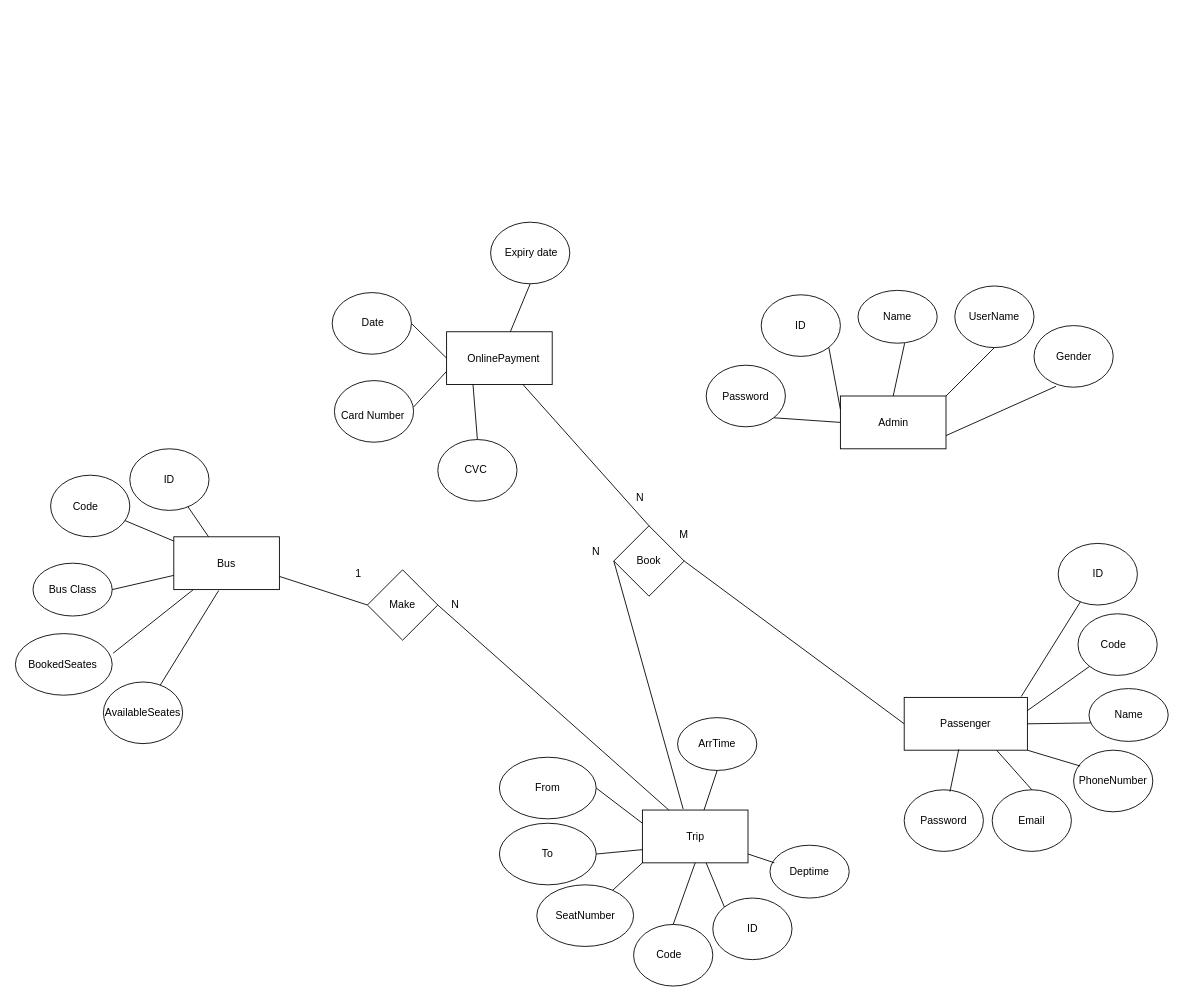
This is project/erd/new erd.drawio from MahmoudKhaled007/GoBus, a draw.io file, before an edit. Source tidied: cells renumbered, new cells numbered last; positions are measured from the earlier drawing's top-left corner, leaving out a move shared by most shapes. Both pictures are drawn from the tidied source at 88%, with x=0, y=0 at pixel (15, 222).
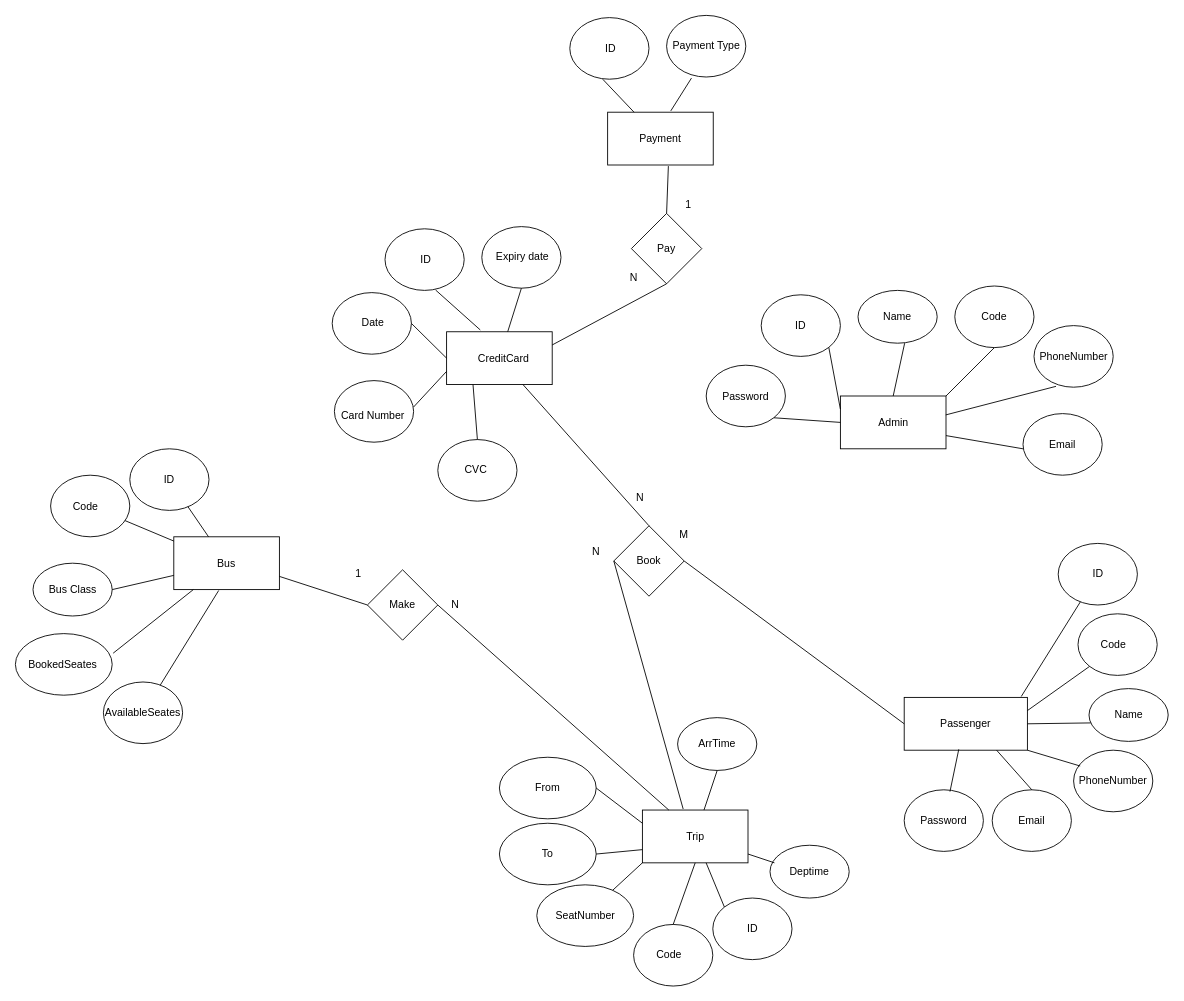
The same page after the edit.

Unchanged cells that the change refers to:
```xml
<mxCell id="2" style="rounded=0;whiteSpace=wrap;html=1;" parent="1" vertex="1">
  <mxGeometry x="937.5" y="197.5" width="120" height="60" as="geometry" />
</mxCell>
<mxCell id="58" style="ellipse;whiteSpace=wrap;html=1;" parent="1" vertex="1">
  <mxGeometry x="1157.5" y="117.5" width="90" height="70" as="geometry" />
</mxCell>
<mxCell id="72" style="rounded=0;whiteSpace=wrap;html=1;" parent="1" vertex="1">
  <mxGeometry x="490" y="124.5" width="120" height="60" as="geometry" />
</mxCell>
```

The edit, as a diff of the source:
```diff
@@
-    <mxCell id="59" value="Gender" style="text;html=1;strokeColor=none;fillColor=none;align=center;verticalAlign=middle;whiteSpace=wrap;rounded=0;" parent="1" vertex="1">
+    <mxCell id="59" value="PhoneNumber" style="text;html=1;strokeColor=none;fillColor=none;align=center;verticalAlign=middle;whiteSpace=wrap;rounded=0;" parent="1" vertex="1">
       <mxGeometry x="1157.5" y="142.5" width="90" height="20" as="geometry" />
     </mxCell>
@@
-    <mxCell id="63" value="UserName" style="text;html=1;strokeColor=none;fillColor=none;align=center;verticalAlign=middle;whiteSpace=wrap;rounded=0;" parent="1" vertex="1">
+    <mxCell id="63" value="Code" style="text;html=1;strokeColor=none;fillColor=none;align=center;verticalAlign=middle;whiteSpace=wrap;rounded=0;" parent="1" vertex="1">
       <mxGeometry x="1080" y="97.5" width="65" height="20" as="geometry" />
     </mxCell>
-    <mxCell id="64" style="endArrow=none;html=1;entryX=0.278;entryY=0.986;entryDx=0;entryDy=0;entryPerimeter=0;exitX=1;exitY=0.75;exitDx=0;exitDy=0;" parent="1" edge="1" source="2" target="58">
+    <mxCell id="64" style="endArrow=none;html=1;entryX=0.278;entryY=0.986;entryDx=0;entryDy=0;entryPerimeter=0;exitX=0.998;exitY=0.358;exitDx=0;exitDy=0;exitPerimeter=0;" parent="1" edge="1" source="2" target="58">
       <mxGeometry relative="1" as="geometry" />
     </mxCell>
@@
-    <mxCell id="73" value="OnlinePayment" style="text;html=1;strokeColor=none;fillColor=none;align=center;verticalAlign=middle;whiteSpace=wrap;rounded=0;" parent="1" vertex="1">
+    <mxCell id="73" value="CreditCard" style="text;html=1;strokeColor=none;fillColor=none;align=center;verticalAlign=middle;whiteSpace=wrap;rounded=0;" parent="1" vertex="1">
       <mxGeometry x="510" y="144.5" width="90" height="20" as="geometry" />
     </mxCell>
@@
     <mxCell id="78" style="ellipse;whiteSpace=wrap;html=1;" parent="1" vertex="1">
-      <mxGeometry x="540" width="90" height="70" as="geometry" />
+      <mxGeometry x="530" y="5" width="90" height="70" as="geometry" />
     </mxCell>
     <mxCell id="79" value="Expiry date" style="text;html=1;strokeColor=none;fillColor=none;align=center;verticalAlign=middle;whiteSpace=wrap;rounded=0;" parent="1" vertex="1">
-      <mxGeometry x="555" y="25" width="62.5" height="20" as="geometry" />
+      <mxGeometry x="545" y="30" width="62.5" height="20" as="geometry" />
     </mxCell>
@@
+    <mxCell id="107" style="ellipse;whiteSpace=wrap;html=1;" parent="1" vertex="1">
+      <mxGeometry x="1145" y="217.5" width="90" height="70" as="geometry" />
+    </mxCell>
+    <mxCell id="108" value="Email" style="text;html=1;strokeColor=none;fillColor=none;align=center;verticalAlign=middle;whiteSpace=wrap;rounded=0;" parent="1" vertex="1">
+      <mxGeometry x="1145" y="242.5" width="90" height="20" as="geometry" />
+    </mxCell>
+    <mxCell id="109" style="endArrow=none;html=1;entryX=0;entryY=0.75;entryDx=0;entryDy=0;exitX=1;exitY=0.75;exitDx=0;exitDy=0;" parent="1" edge="1" source="2" target="108">
+      <mxGeometry relative="1" as="geometry" />
+    </mxCell>
+    <mxCell id="110" style="ellipse;whiteSpace=wrap;html=1;" parent="1" vertex="1">
+      <mxGeometry x="420" y="7.5" width="90" height="70" as="geometry" />
+    </mxCell>
+    <mxCell id="111" value="ID" style="text;html=1;strokeColor=none;fillColor=none;align=center;verticalAlign=middle;whiteSpace=wrap;rounded=0;" parent="1" vertex="1">
+      <mxGeometry x="435" y="32.5" width="62.5" height="20" as="geometry" />
+    </mxCell>
+    <mxCell id="112" style="endArrow=none;html=1;entryX=0.639;entryY=0.994;entryDx=0;entryDy=0;entryPerimeter=0;exitX=0.319;exitY=-0.034;exitDx=0;exitDy=0;exitPerimeter=0;" parent="1" edge="1" source="72" target="110">
+      <mxGeometry relative="1" as="geometry" />
+    </mxCell>
+    <mxCell id="113" style="rounded=0;whiteSpace=wrap;html=1;" parent="1" vertex="1">
+      <mxGeometry x="673" y="-125" width="120" height="60" as="geometry" />
+    </mxCell>
+    <mxCell id="114" value="Payment" style="text;html=1;strokeColor=none;fillColor=none;align=center;verticalAlign=middle;whiteSpace=wrap;rounded=0;" parent="1" vertex="1">
+      <mxGeometry x="713" y="-105" width="40" height="20" as="geometry" />
+    </mxCell>
+    <mxCell id="115" style="rhombus;whiteSpace=wrap;html=1;" parent="1" vertex="1">
+      <mxGeometry x="700" y="-10" width="80" height="80" as="geometry" />
+    </mxCell>
+    <mxCell id="116" value="Pay" style="text;html=1;strokeColor=none;fillColor=none;align=center;verticalAlign=middle;whiteSpace=wrap;rounded=0;" parent="1" vertex="1">
+      <mxGeometry x="720" y="20" width="40" height="20" as="geometry" />
+    </mxCell>
+    <mxCell id="117" style="endArrow=none;html=1;entryX=0.575;entryY=1.021;entryDx=0;entryDy=0;entryPerimeter=0;exitX=0.5;exitY=0;exitDx=0;exitDy=0;" parent="1" edge="1" source="115" target="113">
+      <mxGeometry relative="1" as="geometry" />
+    </mxCell>
+    <mxCell id="118" style="endArrow=none;html=1;exitX=1;exitY=0.25;exitDx=0;exitDy=0;entryX=0.5;entryY=1;entryDx=0;entryDy=0;" parent="1" edge="1" source="72" target="115">
+      <mxGeometry relative="1" as="geometry" />
+    </mxCell>
+    <mxCell id="119" value="1" style="text;html=1;strokeColor=none;fillColor=none;align=center;verticalAlign=middle;whiteSpace=wrap;rounded=0;" parent="1" vertex="1">
+      <mxGeometry x="745" y="-30" width="40" height="20" as="geometry" />
+    </mxCell>
+    <mxCell id="120" value="N" style="text;html=1;strokeColor=none;fillColor=none;align=center;verticalAlign=middle;whiteSpace=wrap;rounded=0;" parent="1" vertex="1">
+      <mxGeometry x="683" y="53" width="40" height="20" as="geometry" />
+    </mxCell>
+    <mxCell id="121" style="ellipse;whiteSpace=wrap;html=1;" parent="1" vertex="1">
+      <mxGeometry x="740" y="-235" width="90" height="70" as="geometry" />
+    </mxCell>
+    <mxCell id="122" value="Payment Type" style="text;html=1;strokeColor=none;fillColor=none;align=center;verticalAlign=middle;whiteSpace=wrap;rounded=0;" parent="1" vertex="1">
+      <mxGeometry x="742.5" y="-210" width="85" height="20" as="geometry" />
+    </mxCell>
+    <mxCell id="123" style="ellipse;whiteSpace=wrap;html=1;" parent="1" vertex="1">
+      <mxGeometry x="630" y="-232.5" width="90" height="70" as="geometry" />
+    </mxCell>
+    <mxCell id="124" value="ID" style="text;html=1;strokeColor=none;fillColor=none;align=center;verticalAlign=middle;whiteSpace=wrap;rounded=0;" parent="1" vertex="1">
+      <mxGeometry x="645" y="-207.5" width="62.5" height="20" as="geometry" />
+    </mxCell>
+    <mxCell id="125" style="endArrow=none;html=1;entryX=0.417;entryY=1.002;entryDx=0;entryDy=0;entryPerimeter=0;exitX=0.25;exitY=0;exitDx=0;exitDy=0;" parent="1" edge="1" source="113" target="123">
+      <mxGeometry relative="1" as="geometry" />
+    </mxCell>
+    <mxCell id="126" style="endArrow=none;html=1;entryX=0.314;entryY=1.018;entryDx=0;entryDy=0;entryPerimeter=0;exitX=0.598;exitY=-0.025;exitDx=0;exitDy=0;exitPerimeter=0;" parent="1" edge="1" source="113" target="121">
+      <mxGeometry relative="1" as="geometry" />
+    </mxCell>
```
